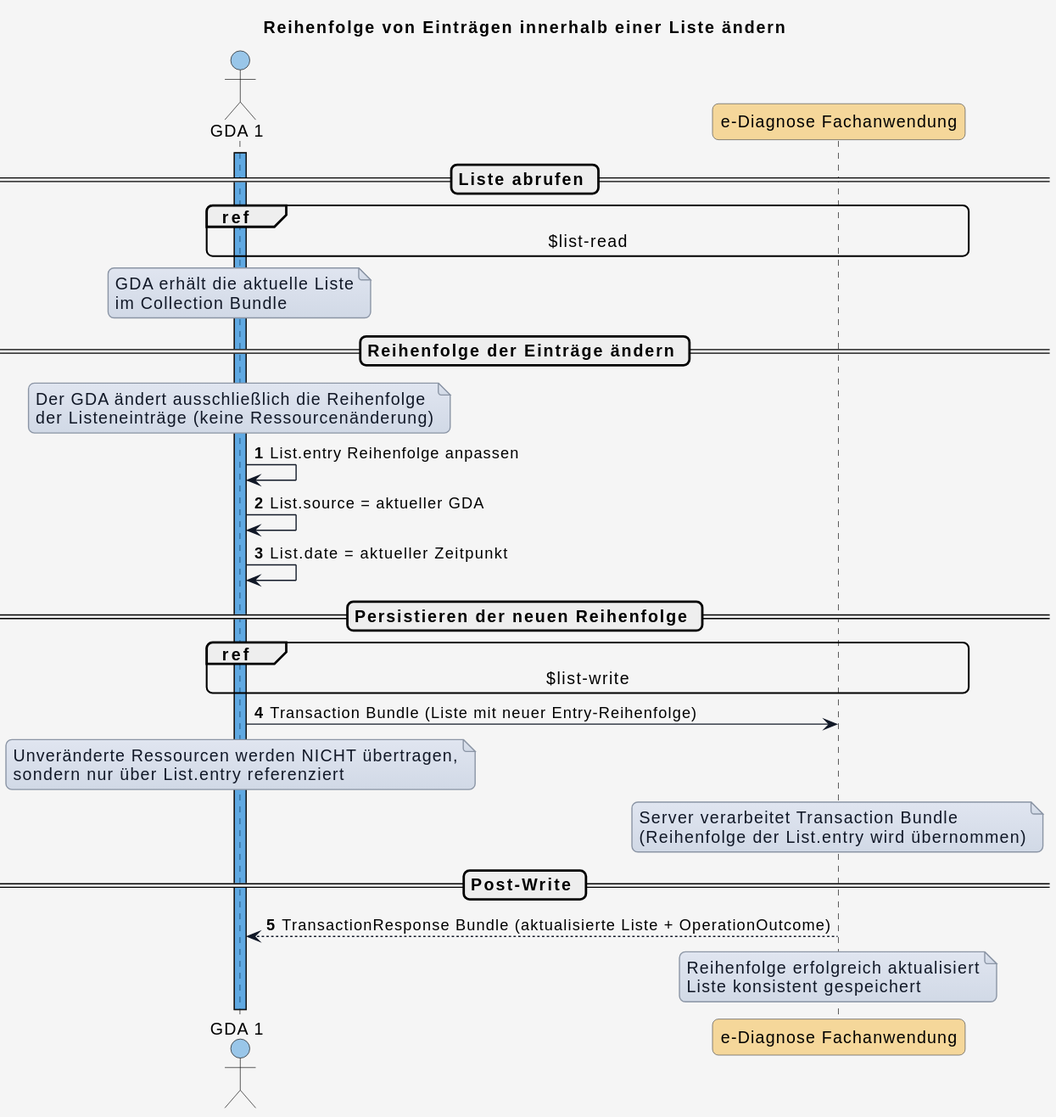
The PlantUML diagram input/images/plantuml/diagram_uc_06_04.svg in HL7Austria/ELGA-e-Diagnose-R4, before a commit. Source of this version:
```plantuml
@startuml
title Reihenfolge von Einträgen innerhalb einer Liste ändern

skinparam borderColor #000000
skinparam backgroundColor #f5f5f5
skinparam shadowing false
skinparam roundCorner 10
skinparam defaultFontName "Arial"
skinparam defaultFontSize 14
skinparam defaultFontColor #000000
skinparam HyperlinkColor #0000EE
skinparam HyperlinkUnderline false
skinparam BoxPadding 20
skinparam BoxBorderColor #555555

skinparam note {
  BackgroundColor #e0e5f0-#d1d9e6
  BorderColor #8b95a5
  BorderThickness 1
  RoundCorner 0
  Padding 6
  FontColor #111827
  Shadowing false
}

skinparam sequence {
  ParticipantBorderColor #555555
  ParticipantBackgroundColor #ffffff
  ParticipantFontColor #000000
  ParticipantFontSize 14
  ParticipantPadding 20
  ArrowColor #111827
  ArrowThickness 1
  ArrowFontColor #000000
  ArrowFontSize 13
  GroupBorderColor #111827
  GroupBackgroundColor #eef2ff
  GroupBorderThickness 2
}

!define COLOR_GDA_1    #0078D460
!define COLOR_GDA_2    #8764B860
!define COLOR_PATIENT  #00950560
!define COLOR_APO      #00B7C360
!define COLOR_DIAG_FA  #f5a40360
!define COLOR_E_REZEPT #E7485660

!define COLOR_OK       #50E6FF25
!define COLOR_ERROR    #FF8C0035

actor GDA_1 as "GDA 1" COLOR_GDA_1
participant eDiag_FA as "e-Diagnose Fachanwendung" COLOR_DIAG_FA

autonumber

== Liste abrufen ==

activate GDA_1 COLOR_GDA_1

ref over GDA_1, eDiag_FA : $list-read

note over GDA_1
GDA erhält die aktuelle Liste
im Collection Bundle
end note

== Reihenfolge der Einträge ändern ==

note over GDA_1
Der GDA ändert ausschließlich die Reihenfolge
der Listeneinträge (keine Ressourcenänderung)
end note

GDA_1 -> GDA_1 : List.entry Reihenfolge anpassen

GDA_1 -> GDA_1 : List.source = aktueller GDA
GDA_1 -> GDA_1 : List.date = aktueller Zeitpunkt

== Persistieren der neuen Reihenfolge ==

ref over GDA_1, eDiag_FA : $list-write

GDA_1 -> eDiag_FA : Transaction Bundle (Liste mit neuer Entry-Reihenfolge)

note over GDA_1
Unveränderte Ressourcen werden NICHT übertragen,
sondern nur über List.entry referenziert
end note

note over eDiag_FA
Server verarbeitet Transaction Bundle
(Reihenfolge der List.entry wird übernommen)
end note

== Post-Write ==

eDiag_FA --> GDA_1 : TransactionResponse Bundle (aktualisierte Liste + OperationOutcome)

note over eDiag_FA
Reihenfolge erfolgreich aktualisiert
Liste konsistent gespeichert
end note
@enduml
```
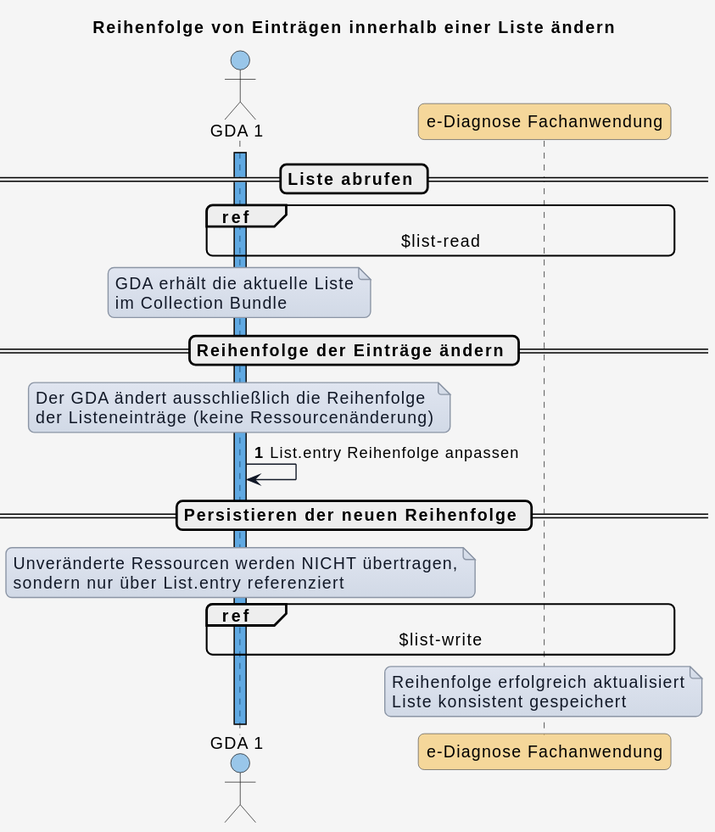
Later version of the same file.

The edit, as a diff of the source:
```diff
@@ -73,28 +73,14 @@
 
 GDA_1 -> GDA_1 : List.entry Reihenfolge anpassen
 
-GDA_1 -> GDA_1 : List.source = aktueller GDA
-GDA_1 -> GDA_1 : List.date = aktueller Zeitpunkt
-
 == Persistieren der neuen Reihenfolge ==
-
-ref over GDA_1, eDiag_FA : $list-write
-
-GDA_1 -> eDiag_FA : Transaction Bundle (Liste mit neuer Entry-Reihenfolge)
 
 note over GDA_1
 Unveränderte Ressourcen werden NICHT übertragen,
 sondern nur über List.entry referenziert
 end note
 
-note over eDiag_FA
-Server verarbeitet Transaction Bundle
-(Reihenfolge der List.entry wird übernommen)
-end note
-
-== Post-Write ==
-
-eDiag_FA --> GDA_1 : TransactionResponse Bundle (aktualisierte Liste + OperationOutcome)
+ref over GDA_1, eDiag_FA : $list-write
 
 note over eDiag_FA
 Reihenfolge erfolgreich aktualisiert
```
